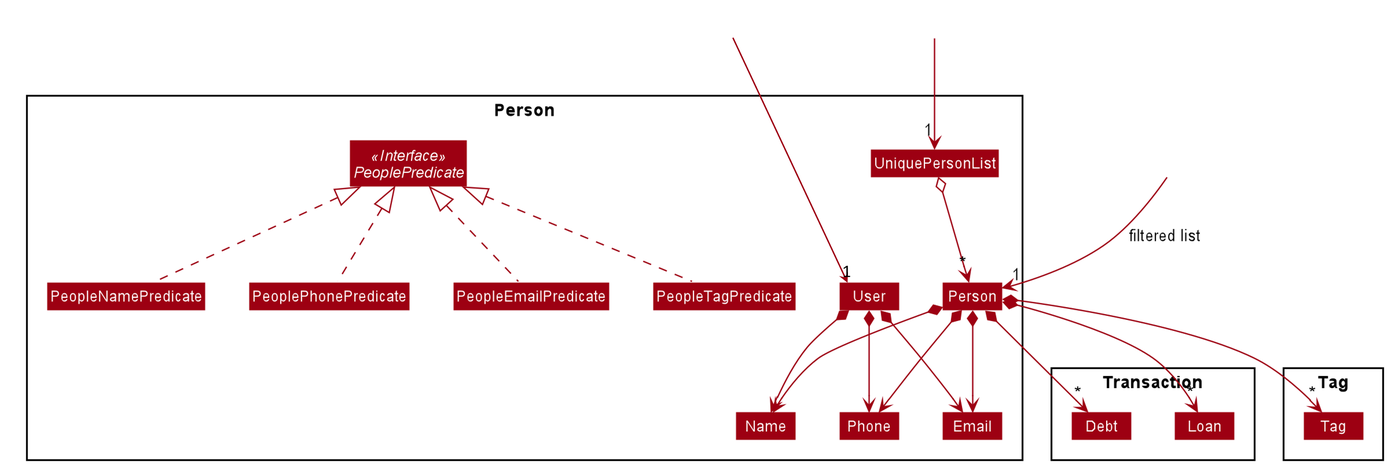
The PlantUML diagram docs/images/ModelPersonDiagram.png in syinyichen/main, before a commit. Its source is kept beside it as docs/diagrams/ModelPersonDiagram.puml.
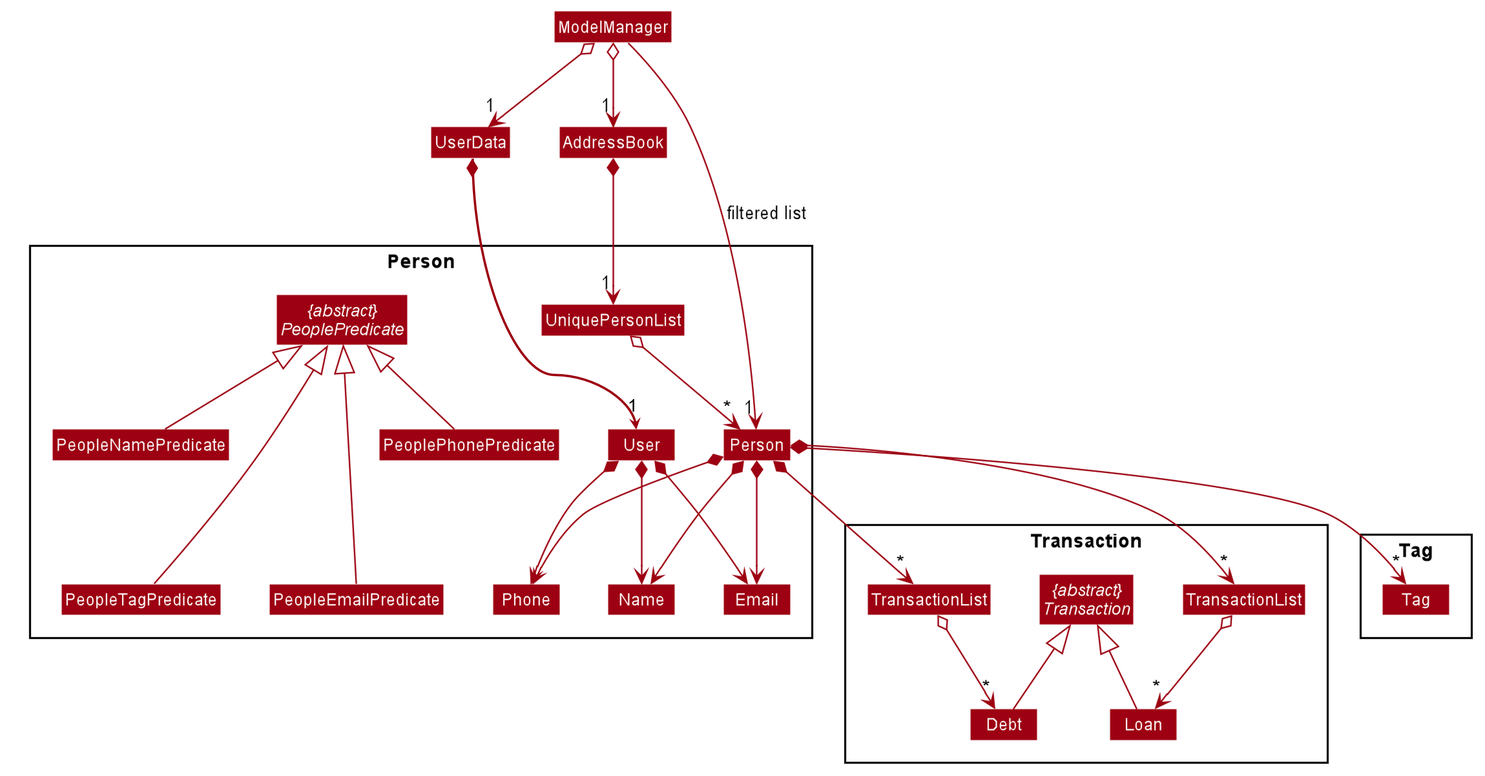
After the change.

Change to the diagram source:
```diff
@@ -10,7 +10,7 @@
 Class Name
 Class Phone
 Class UniquePersonList
-Interface PeoplePredicate <<Interface>>
+abstract "{abstract}\nPeoplePredicate" as PeoplePredicate
 Class PeopleNamePredicate
 Class PeoplePhonePredicate
 Class PeopleEmailPredicate
@@ -21,38 +21,51 @@
 Package Transaction {
 Class Debt
 Class Loan
+Class "TransactionList" as TransactionListDebt
+Class "TransactionList" as TransactionListLoan
+abstract "{abstract}\nTransaction" as Transaction
 }
 
 Package Tag {
 Class Tag
 }
 
-Class AB #FFFFFF
-Class MM #FFFFFF
-Class UD #FFFFFF
-AB --> "1" UniquePersonList
-MM --> "1" Person  : filtered list
-UD -down-> "1" User
+Class AddressBook
+Class ModelManager
+Class UserData
+AddressBook *--> "1" UniquePersonList
+ModelManager --> "1" Person  : filtered list
+ModelManager o--> "1" AddressBook
+ModelManager o--> "1" UserData
+UserData *--> "1" User
 
 UniquePersonList o--> "*" Person
 Person *--> Name
 Person *--> Phone
 Person *--> Email
-Person *--> "*" Debt
-Person *--> "*" Loan
+Person *--> "*" TransactionListDebt
+Person *--> "*" TransactionListLoan
+TransactionListDebt o--> "*" Debt
+TransactionListLoan o--> "*" Loan
 Person *--> "*" Tag
+
+Debt -up-|> Transaction
+Loan -up-|> Transaction
 
 User *--> Name
 User *--> Phone
 User *--> Email
 
-PeopleNamePredicate .up.|> PeoplePredicate
-PeoplePhonePredicate .up.|> PeoplePredicate
-PeopleEmailPredicate .up.|> PeoplePredicate
-PeopleTagPredicate .up.|> PeoplePredicate
+PeopleNamePredicate -up-|> PeoplePredicate
+PeoplePhonePredicate -up-|> PeoplePredicate
+PeopleEmailPredicate -up-|> PeoplePredicate
+PeopleTagPredicate -up-|> PeoplePredicate
 
 
-Name -[hidden]right-> Phone
-Phone -[hidden]right-> Email
+Name -[hidden]right->Email
+AddressBook -[hidden]left-> UserData
+PeoplePhonePredicate -[hidden]down-> PeopleEmailPredicate
+PeopleNamePredicate -[hidden]down-> PeopleTagPredicate
+PeopleNamePredicate -[hidden]right-> User
 
 @enduml
```
